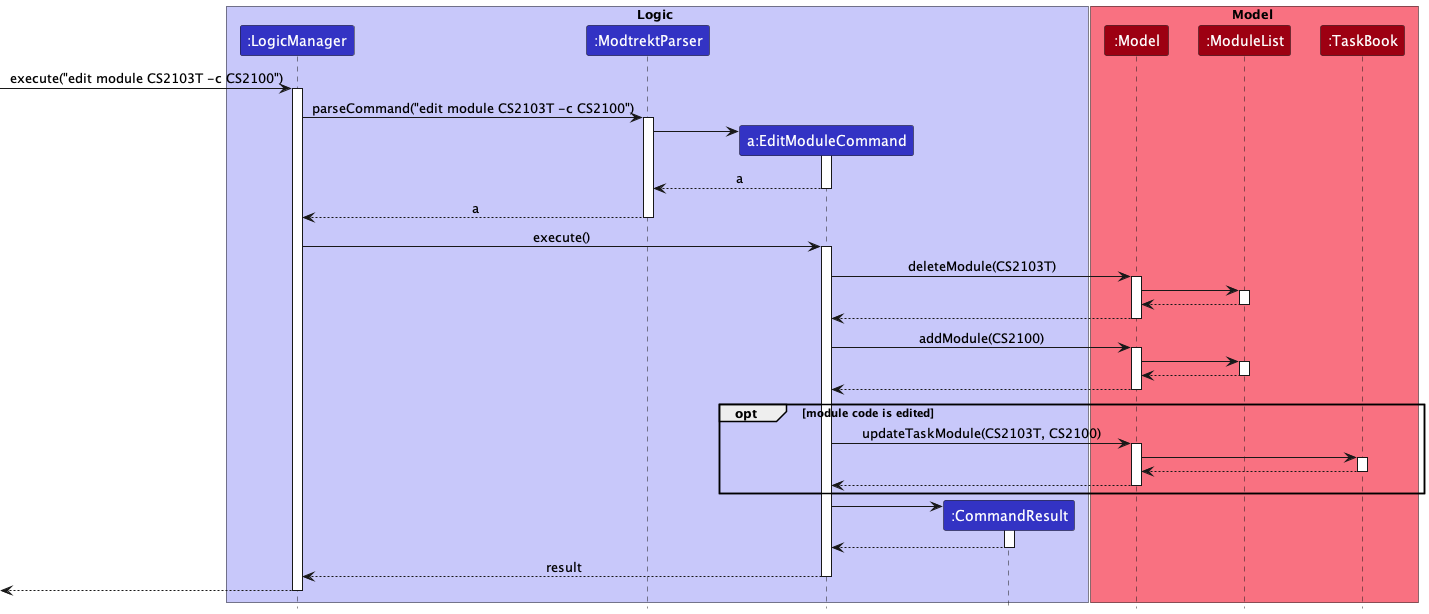
Earlier version of the PlantUML export docs/images/ModulePUMLs/EditModule/ModuleEditSequenceDiagram.png (nus-cs2103-AY2223S1/tp).
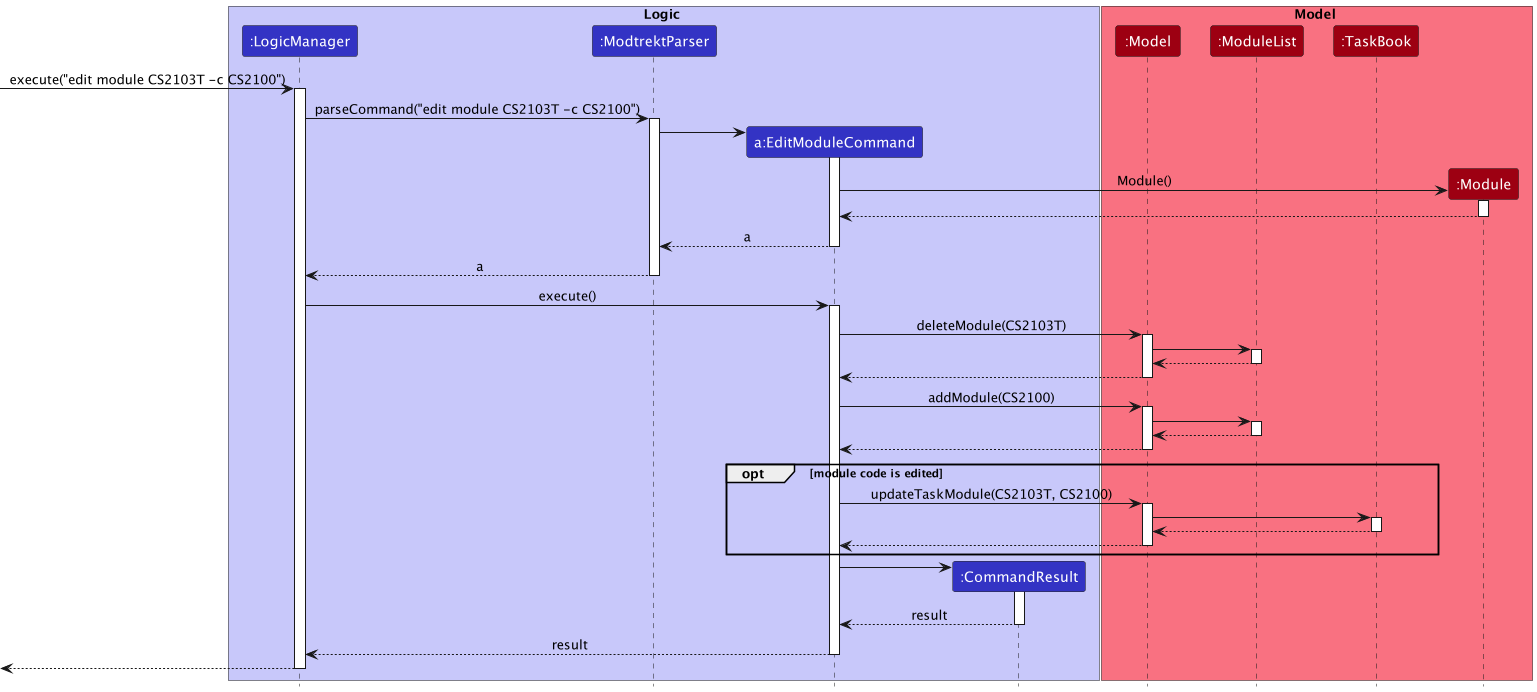
The same file after the commit.

Change to the diagram source:
```diff
@@ -13,6 +13,7 @@
 participant ":Model" as Model MODEL_COLOR
 participant ":ModuleList" as ModuleList MODEL_COLOR
 participant ":TaskBook" as TaskBook MODEL_COLOR
+participant ":Module" as Module MODEL_COLOR
 end box
 
 [-> LogicManager : execute("edit module CS2103T -c CS2100")
@@ -24,6 +25,13 @@
 create EditModuleCommand
 ModtrektParser -> EditModuleCommand
 activate EditModuleCommand
+
+create Module
+EditModuleCommand -> Module : Module()
+activate Module
+
+Module --> EditModuleCommand
+deactivate Module
 
 EditModuleCommand --> ModtrektParser : a
 deactivate EditModuleCommand
@@ -76,7 +84,7 @@
 EditModuleCommand -> CommandResult
 activate CommandResult
 
-CommandResult --> EditModuleCommand
+CommandResult --> EditModuleCommand : result
 deactivate CommandResult
 
 EditModuleCommand --> LogicManager : result
```
